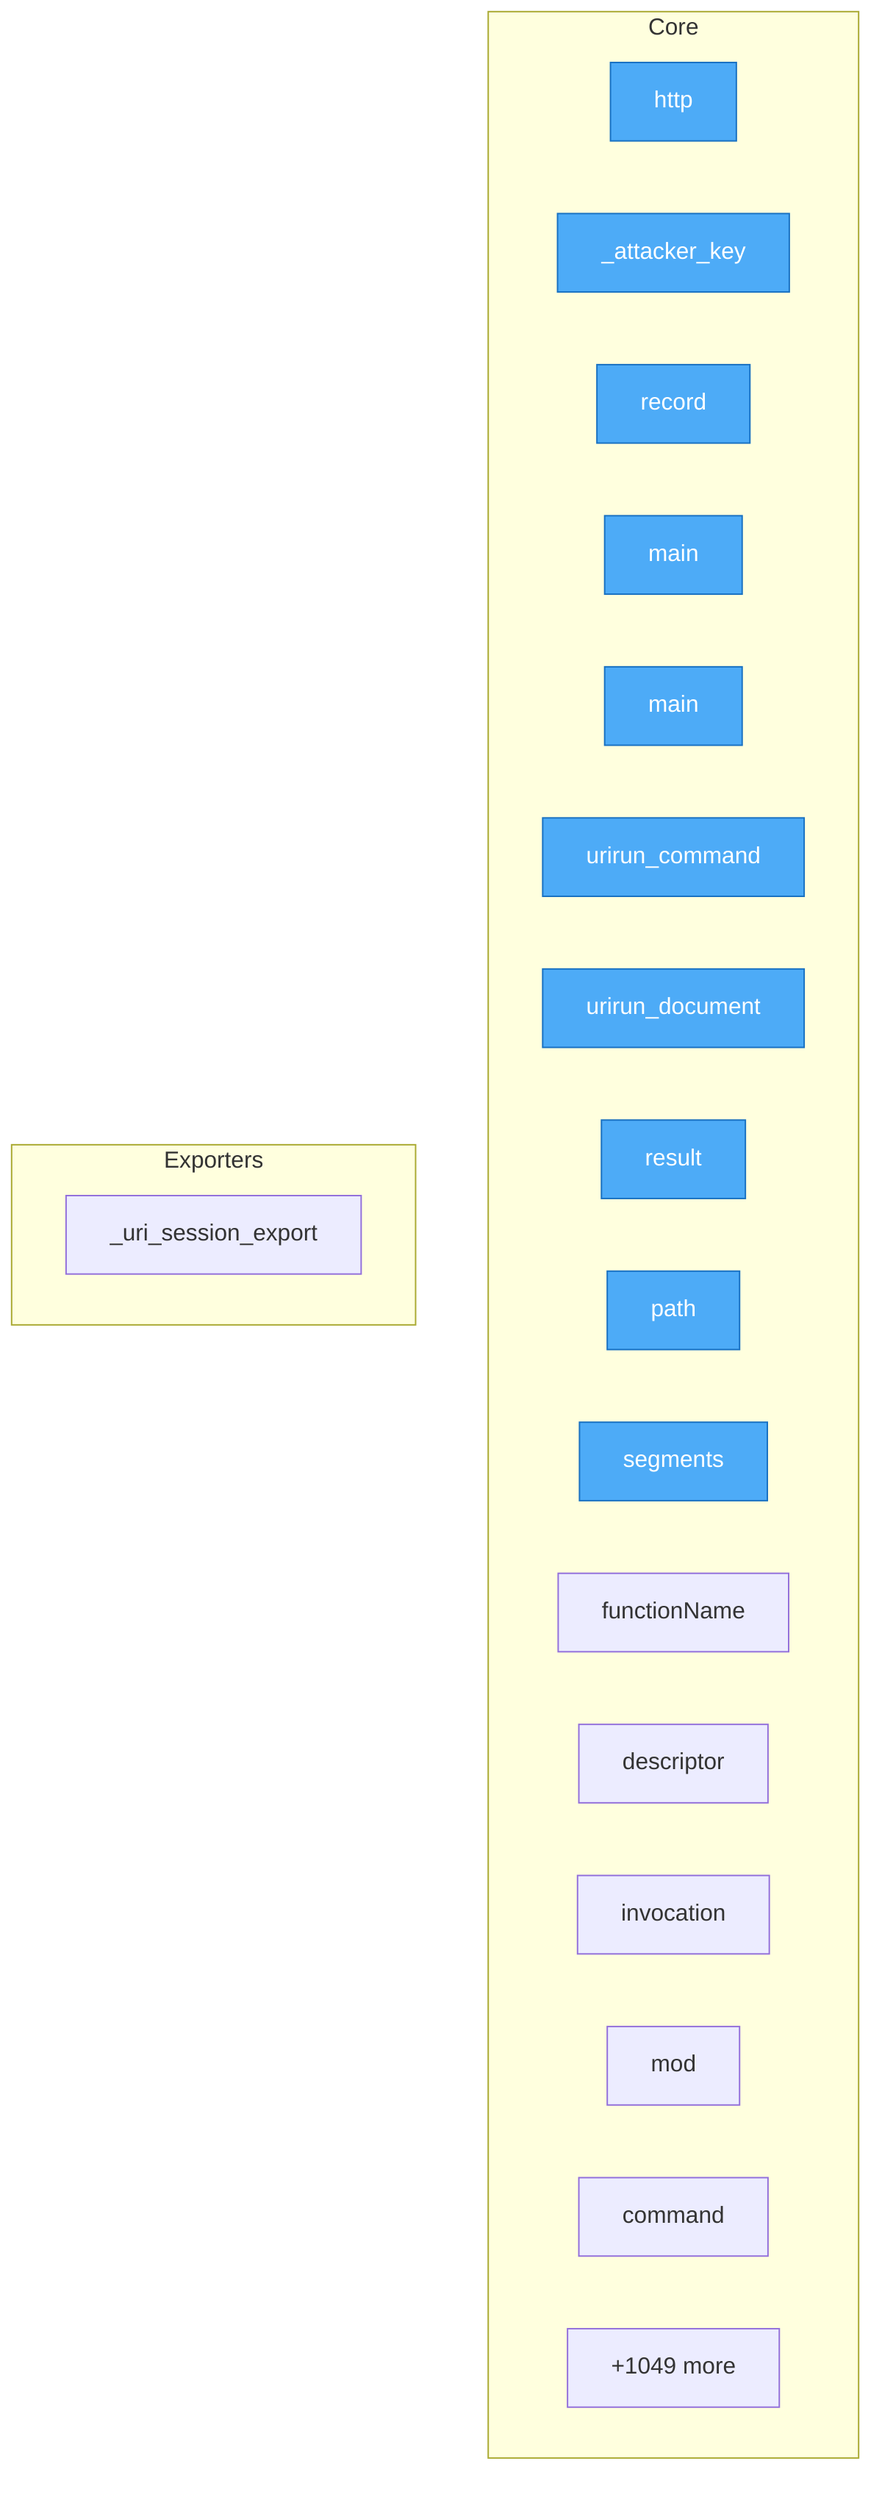
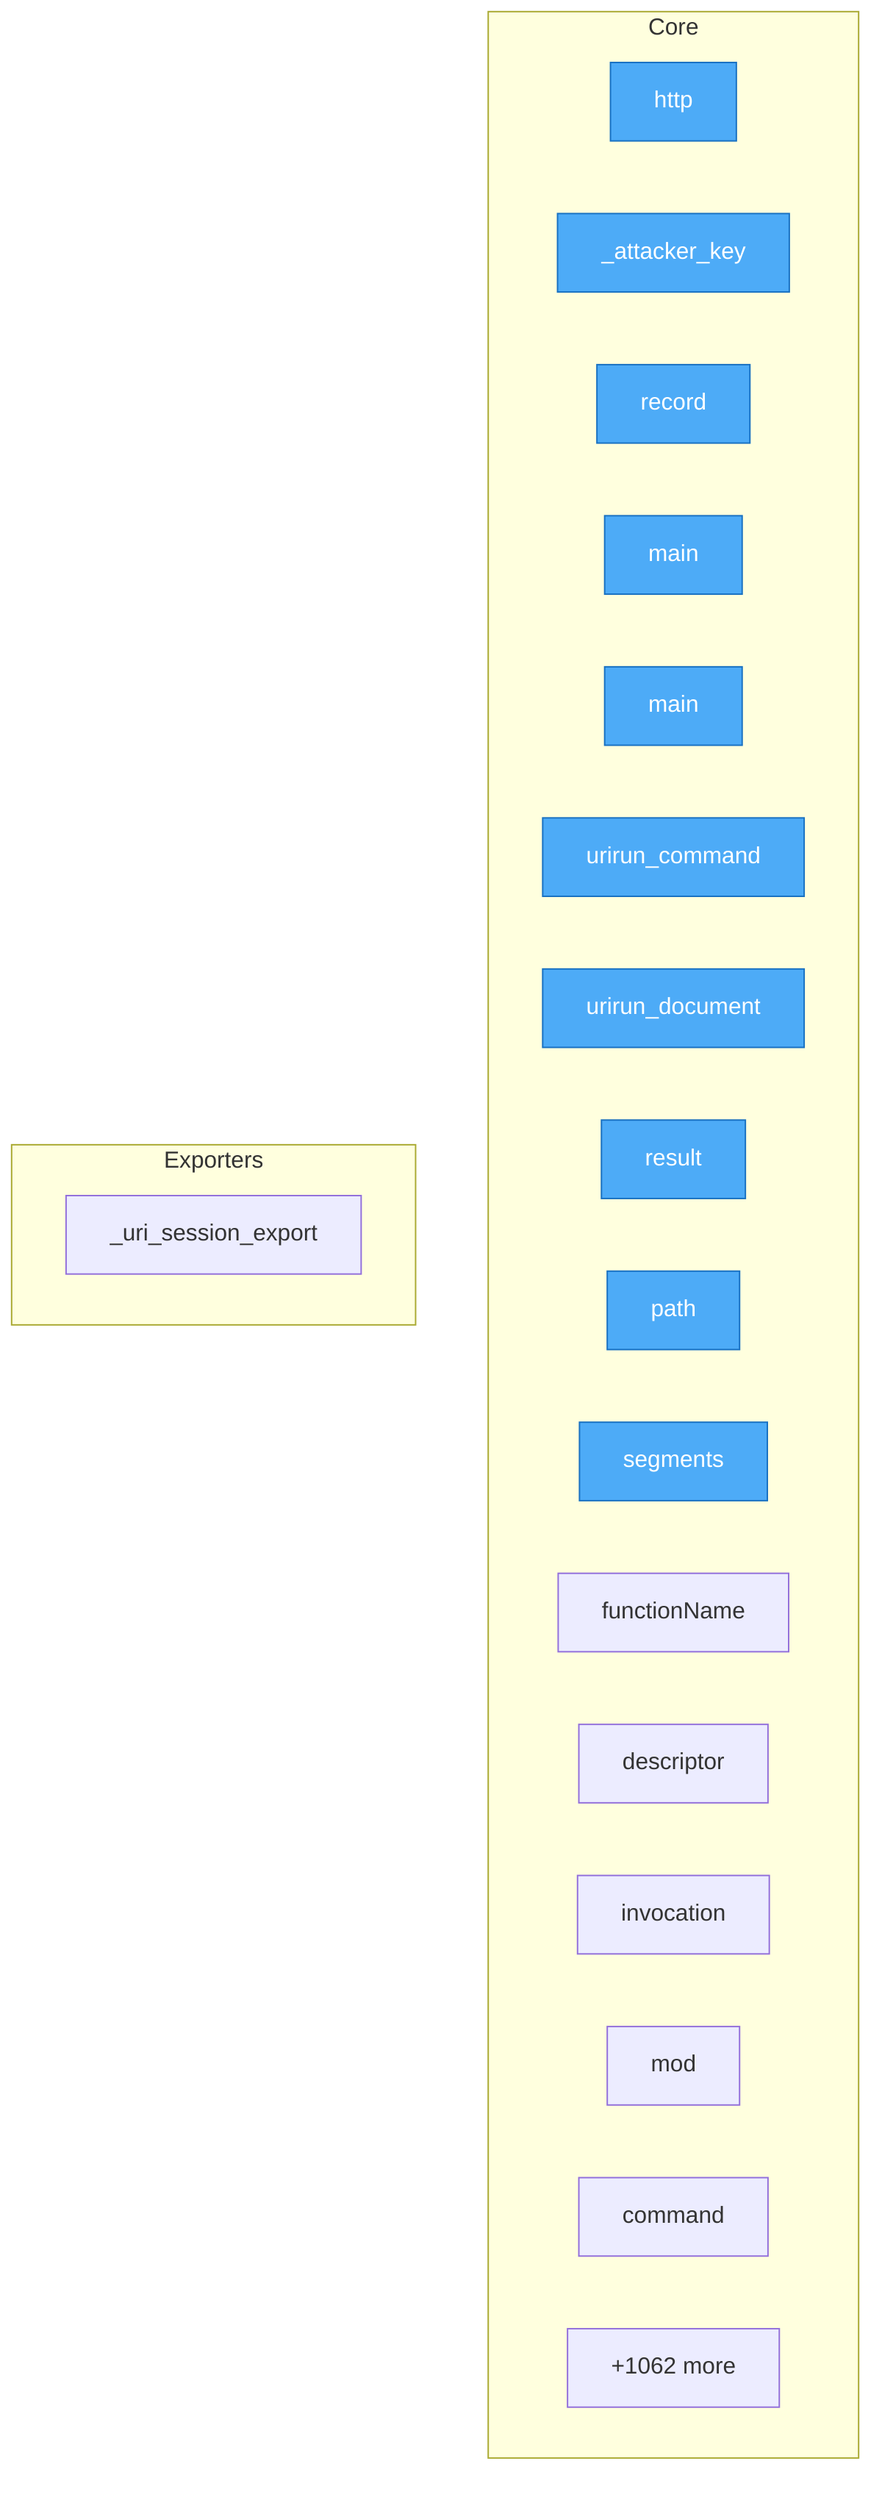
flowchart TD
%% generated in 0.09s

    %% Entry points (blue)
    classDef entry fill:#4dabf7,stroke:#1971c2,color:#fff

    subgraph Core
        security__mesh_probe__probe__http["http"]
        security__mesh_probe__probe___attacker_key["_attacker_key"]
        security__mesh_probe__probe__record["record"]
        adapters__conformance__main["main"]
        adapters__new_connector__main["main"]
        adapters__bash__urirun__urirun_command["urirun_command"]
        adapters__bash__urirun__urirun_document["urirun_document"]
        adapters__js__index__test__result["result"]
        adapters__js__path["path"]
        adapters__js__segments["segments"]
        adapters__js__functionName["functionName"]
        adapters__js__descriptor["descriptor"]
        adapters__js__invocation["invocation"]
        adapters__js__mod["mod"]
        adapters__java__Urirun__Urirun__command["command"]
-         ...["+1049 more"]
+         ...["+1062 more"]
    end

    subgraph Exporters
        adapters__python__urirun__node__skill___uri_session_export["_uri_session_export"]
    end

    class security__mesh_probe__probe__http,security__mesh_probe__probe___attacker_key,security__mesh_probe__probe__record,adapters__conformance__main,adapters__new_connector__main,adapters__bash__urirun__urirun_command,adapters__bash__urirun__urirun_document,adapters__js__index__test__result,adapters__js__path,adapters__js__segments entry
